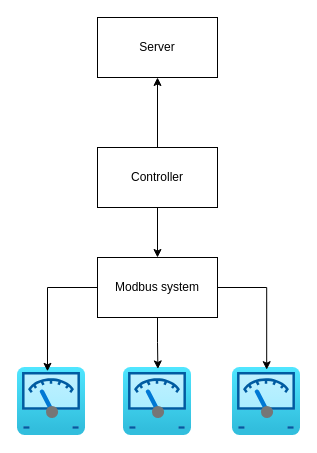
This is documentation/Untitled Diagram.drawio from 100volts/100volts-desktop, a draw.io file, before an edit. Source tidied: cells renumbered, new cells numbered last; positions are measured from the earlier drawing's top-left corner, leaving out a move shared by most shapes. Both pictures are drawn from the tidied source at 100%, with x=0, y=0 at pixel (17, 17).
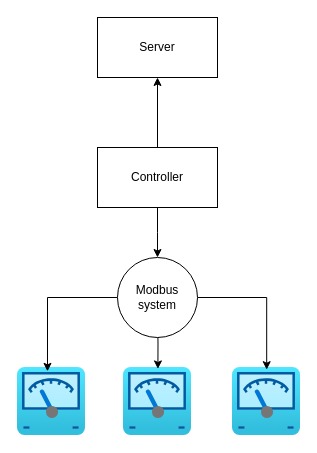
The same diagram, later.

What changed in the source:
```diff
@@
 <mxGraphModel>
   <root>
     <mxCell id="0" />
     <mxCell id="1" parent="0" />
     <mxCell id="2" value="Server" style="rounded=0;whiteSpace=wrap;html=1;" parent="1" vertex="1">
       <mxGeometry x="80" width="120" height="60" as="geometry" />
     </mxCell>
     <mxCell id="3" style="edgeStyle=orthogonalEdgeStyle;rounded=0;jettySize=auto;html=1;entryX=0.5;entryY=1;entryDx=0;entryDy=0;" parent="1" edge="1" source="5" target="2">
       <mxGeometry relative="1" as="geometry" />
     </mxCell>
-    <mxCell id="4" style="edgeStyle=orthogonalEdgeStyle;rounded=0;jettySize=auto;html=1;entryX=0.5;entryY=0;entryDx=0;entryDy=0;" parent="1" edge="1" source="5" target="6">
-      <mxGeometry relative="1" as="geometry" />
+    <mxCell id="4" style="edgeStyle=orthogonalEdgeStyle;rounded=0;jettySize=auto;html=1;entryX=0.5;entryY=0;entryDx=0;entryDy=0;" parent="1" edge="1" source="5">
+      <mxGeometry relative="1" as="geometry">
+        <mxPoint x="140" y="240" as="targetPoint" />
+      </mxGeometry>
     </mxCell>
     <mxCell id="5" value="Controller" style="rounded=0;whiteSpace=wrap;html=1;" parent="1" vertex="1">
       <mxGeometry x="80" y="130" width="120" height="60" as="geometry" />
     </mxCell>
-    <mxCell id="6" value="Modbus system" style="rounded=0;whiteSpace=wrap;html=1;" parent="1" vertex="1">
-      <mxGeometry x="80" y="240" width="120" height="60" as="geometry" />
-    </mxCell>
     <mxCell id="7" style="image;html=1;points=[];align=center;fontSize=12;image=img/lib/azure2/other/Defender_Meter.svg;" parent="1" vertex="1">
       <mxGeometry y="350" width="68" height="68" as="geometry" />
     </mxCell>
     <mxCell id="8" style="image;html=1;points=[];align=center;fontSize=12;image=img/lib/azure2/other/Defender_Meter.svg;" parent="1" vertex="1">
       <mxGeometry x="106" y="350" width="68" height="68" as="geometry" />
     </mxCell>
     <mxCell id="9" style="image;html=1;points=[];align=center;fontSize=12;image=img/lib/azure2/other/Defender_Meter.svg;" parent="1" vertex="1">
       <mxGeometry x="215" y="350" width="68" height="68" as="geometry" />
     </mxCell>
-    <mxCell id="10" style="edgeStyle=orthogonalEdgeStyle;rounded=0;jettySize=auto;html=1;entryX=0.506;entryY=0.021;entryDx=0;entryDy=0;entryPerimeter=0;" parent="1" edge="1" source="6" target="8">
-      <mxGeometry relative="1" as="geometry" />
+    <mxCell id="10" style="edgeStyle=orthogonalEdgeStyle;rounded=0;jettySize=auto;html=1;entryX=0.506;entryY=0.021;entryDx=0;entryDy=0;entryPerimeter=0;" parent="1" edge="1" target="8">
+      <mxGeometry relative="1" as="geometry">
+        <mxPoint x="140" y="300" as="sourcePoint" />
+      </mxGeometry>
     </mxCell>
-    <mxCell id="11" style="edgeStyle=orthogonalEdgeStyle;rounded=0;jettySize=auto;html=1;entryX=0.503;entryY=0.032;entryDx=0;entryDy=0;entryPerimeter=0;" parent="1" edge="1" source="6" target="9">
+    <mxCell id="11" style="edgeStyle=orthogonalEdgeStyle;rounded=0;jettySize=auto;html=1;entryX=0.503;entryY=0.032;entryDx=0;entryDy=0;entryPerimeter=0;exitX=1;exitY=0.5;exitDx=0;exitDy=0;" parent="1" edge="1" source="6" target="9">
       <mxGeometry relative="1" as="geometry" />
     </mxCell>
-    <mxCell id="12" style="edgeStyle=orthogonalEdgeStyle;rounded=0;jettySize=auto;html=1;entryX=0.441;entryY=0.056;entryDx=0;entryDy=0;entryPerimeter=0;" parent="1" edge="1" source="6" target="7">
+    <mxCell id="12" style="edgeStyle=orthogonalEdgeStyle;rounded=0;jettySize=auto;html=1;entryX=0.441;entryY=0.056;entryDx=0;entryDy=0;entryPerimeter=0;exitX=0;exitY=0.5;exitDx=0;exitDy=0;" parent="1" edge="1" source="6" target="7">
       <mxGeometry relative="1" as="geometry" />
     </mxCell>
+    <mxCell id="6" value="Modbus&lt;div&gt;system&lt;/div&gt;" style="ellipse;whiteSpace=wrap;html=1;" parent="1" vertex="1">
+      <mxGeometry x="100" y="240" width="80" height="80" as="geometry" />
+    </mxCell>
   </root>
 </mxGraphModel>
```
